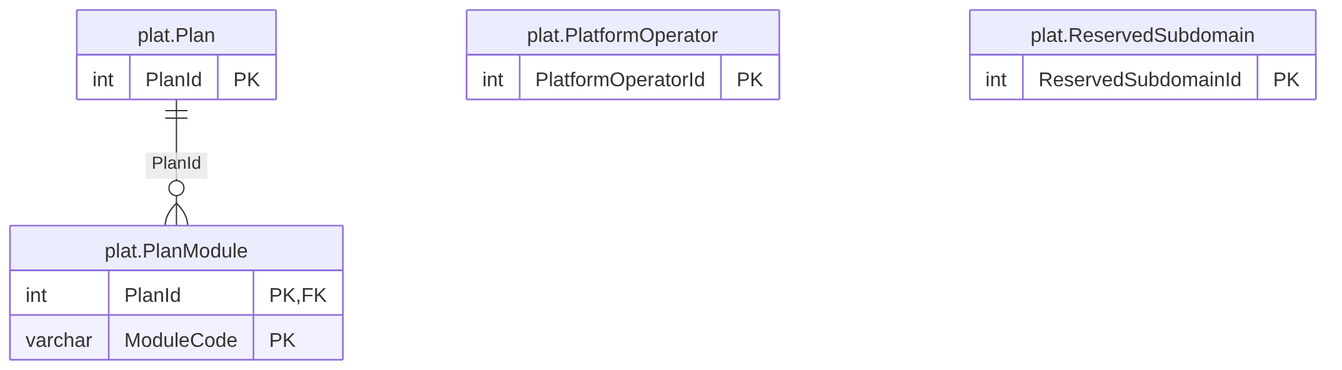
The Mermaid diagram treasury-platform/docs/diagrams/erd/m0_tenancy_1.png in thawrasy/smartlines, before a commit. Its source is kept beside it as treasury-platform/docs/diagrams/erd/m0_tenancy_1.mmd.
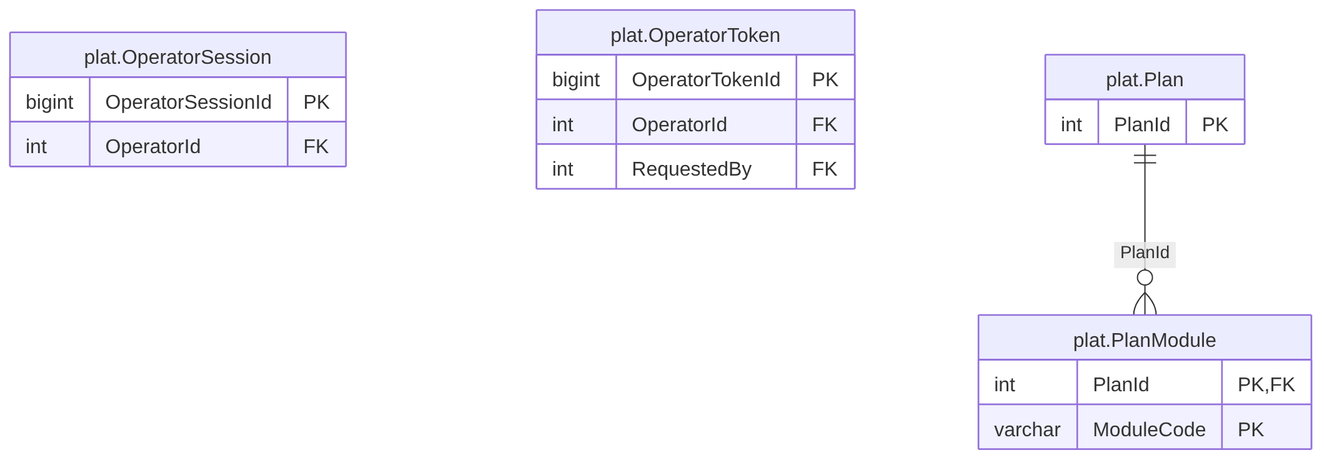
Later version of the same file.

Change to the diagram source:
```diff
@@ -1,4 +1,13 @@
 erDiagram
+  plat_OperatorSession["plat.OperatorSession"] {
+    bigint OperatorSessionId PK
+    int OperatorId FK
+  }
+  plat_OperatorToken["plat.OperatorToken"] {
+    bigint OperatorTokenId PK
+    int OperatorId FK
+    int RequestedBy FK
+  }
   plat_Plan["plat.Plan"] {
     int PlanId PK
   }
@@ -6,10 +15,4 @@
     int PlanId PK, FK
     varchar ModuleCode PK
   }
-  plat_PlatformOperator["plat.PlatformOperator"] {
-    int PlatformOperatorId PK
-  }
-  plat_ReservedSubdomain["plat.ReservedSubdomain"] {
-    int ReservedSubdomainId PK
-  }
   plat_Plan ||--o{ plat_PlanModule : "PlanId"
```
